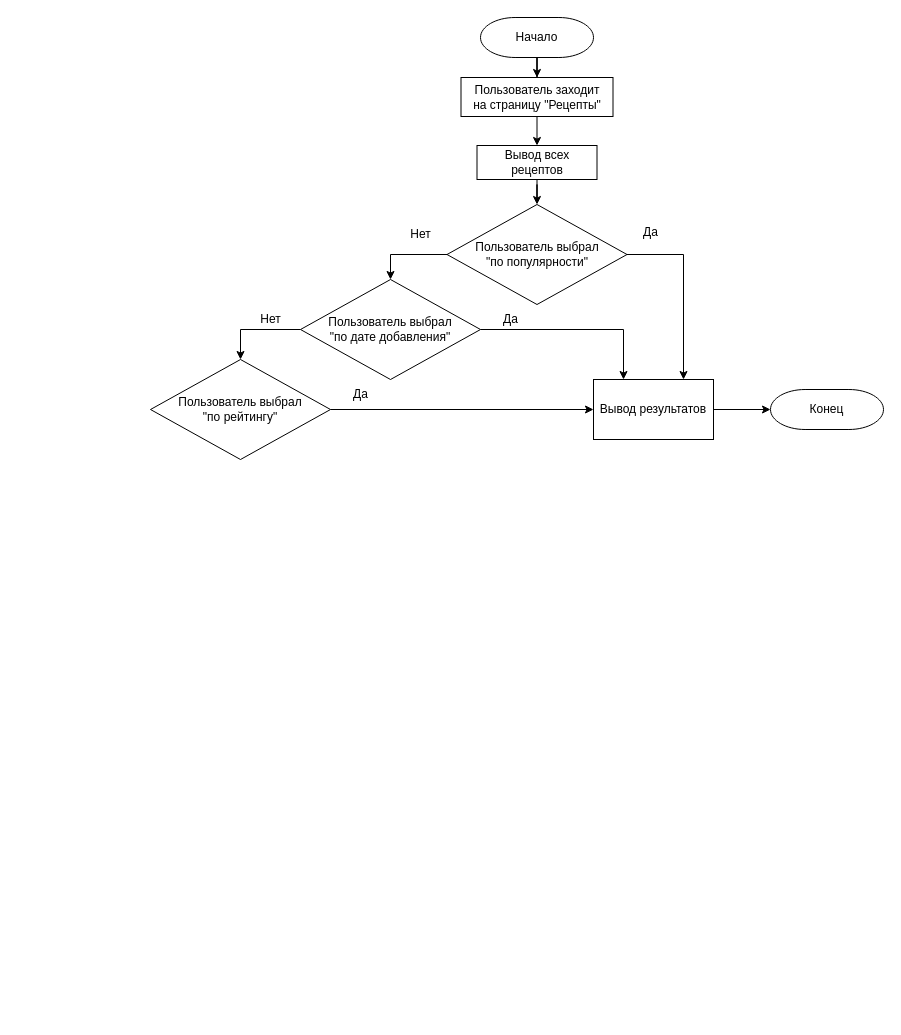
Discordiks/Pink_girls keeps this draw.io diagram as page "Base 1.2" (5 of 12) of img/Диаграмма без названия.drawio. Above is the earlier version. Source tidied: cells renumbered, new cells numbered last; positions are measured from the earlier drawing's top-left corner, leaving out a move shared by most shapes. Both pictures are drawn from the tidied source at 100%, with x=0, y=0 at pixel (150, 17).
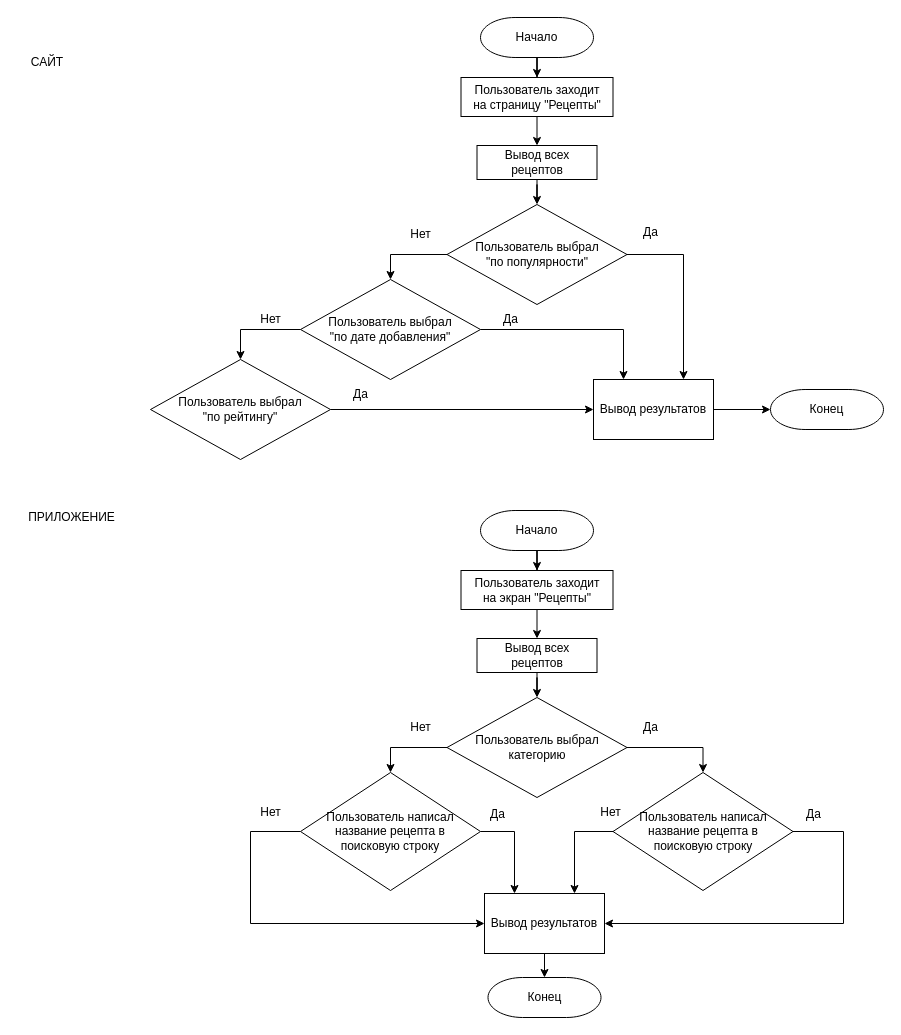
The same diagram, later.

What changed in the source:
```diff
@@
+    <mxCell id="24" value="САЙТ" style="text;html=1;align=center;verticalAlign=middle;whiteSpace=wrap;rounded=0;" parent="1" vertex="1">
+      <mxGeometry x="-133" y="30" width="60" height="30" as="geometry" />
+    </mxCell>
+    <mxCell id="25" value="ПРИЛОЖЕНИЕ" style="text;html=1;align=center;verticalAlign=middle;whiteSpace=wrap;rounded=0;" parent="1" vertex="1">
+      <mxGeometry x="-128" y="485" width="99" height="30" as="geometry" />
+    </mxCell>
+    <mxCell id="26" style="edgeStyle=orthogonalEdgeStyle;rounded=0;jettySize=auto;html=1;entryX=0.5;entryY=0;entryDx=0;entryDy=0;" parent="1" edge="1" source="27" target="29">
+      <mxGeometry relative="1" as="geometry" />
+    </mxCell>
+    <mxCell id="27" value="Начало" style="strokeWidth=1;html=1;shape=mxgraph.flowchart.terminator;whiteSpace=wrap;" parent="1" vertex="1">
+      <mxGeometry x="330" y="493" width="113" height="40" as="geometry" />
+    </mxCell>
+    <mxCell id="28" style="edgeStyle=orthogonalEdgeStyle;rounded=0;jettySize=auto;html=1;exitX=0.5;exitY=1;exitDx=0;exitDy=0;entryX=0.5;entryY=0;entryDx=0;entryDy=0;" parent="1" edge="1" source="29" target="31">
+      <mxGeometry relative="1" as="geometry" />
+    </mxCell>
+    <mxCell id="29" value="&lt;div&gt;Пользователь заходит&lt;/div&gt;&lt;div&gt;на экран &quot;Рецепты&quot;&lt;/div&gt;" style="rounded=0;whiteSpace=wrap;html=1;" parent="1" vertex="1">
+      <mxGeometry x="310.5" y="553" width="152" height="39" as="geometry" />
+    </mxCell>
+    <mxCell id="30" style="edgeStyle=orthogonalEdgeStyle;rounded=0;jettySize=auto;html=1;entryX=0.5;entryY=0;entryDx=0;entryDy=0;" parent="1" edge="1" source="31" target="34">
+      <mxGeometry relative="1" as="geometry" />
+    </mxCell>
+    <mxCell id="31" value="Вывод всех рецептов" style="rounded=0;whiteSpace=wrap;html=1;" parent="1" vertex="1">
+      <mxGeometry x="326.5" y="621" width="120" height="34" as="geometry" />
+    </mxCell>
+    <mxCell id="32" style="edgeStyle=orthogonalEdgeStyle;rounded=0;jettySize=auto;html=1;entryX=0.5;entryY=0;entryDx=0;entryDy=0;exitX=0;exitY=0.5;exitDx=0;exitDy=0;" parent="1" edge="1" source="34" target="37">
+      <mxGeometry relative="1" as="geometry" />
+    </mxCell>
+    <mxCell id="33" style="edgeStyle=orthogonalEdgeStyle;rounded=0;jettySize=auto;html=1;entryX=0.5;entryY=0;entryDx=0;entryDy=0;exitX=1;exitY=0.5;exitDx=0;exitDy=0;" parent="1" edge="1" source="34" target="46">
+      <mxGeometry relative="1" as="geometry" />
+    </mxCell>
+    <mxCell id="34" value="&lt;div&gt;Пользователь выбрал&lt;/div&gt;&lt;div&gt;категорию&lt;br&gt;&lt;/div&gt;" style="rhombus;whiteSpace=wrap;html=1;" parent="1" vertex="1">
+      <mxGeometry x="296.5" y="680" width="180" height="100" as="geometry" />
+    </mxCell>
+    <mxCell id="35" style="edgeStyle=orthogonalEdgeStyle;rounded=0;jettySize=auto;html=1;exitX=0;exitY=0.5;exitDx=0;exitDy=0;entryX=0;entryY=0.5;entryDx=0;entryDy=0;" parent="1" edge="1" source="37" target="38">
+      <mxGeometry relative="1" as="geometry">
+        <Array as="points">
+          <mxPoint x="100" y="814" />
+          <mxPoint x="100" y="906" />
+        </Array>
+      </mxGeometry>
+    </mxCell>
+    <mxCell id="36" style="edgeStyle=orthogonalEdgeStyle;rounded=0;jettySize=auto;html=1;exitX=1;exitY=0.5;exitDx=0;exitDy=0;entryX=0.25;entryY=0;entryDx=0;entryDy=0;" parent="1" edge="1" source="37" target="38">
+      <mxGeometry relative="1" as="geometry" />
+    </mxCell>
+    <mxCell id="37" value="&lt;div&gt;Пользователь написал&lt;/div&gt;&lt;div&gt;название рецепта в&lt;/div&gt;&lt;div&gt;поисковую строку&lt;br&gt;&lt;/div&gt;" style="rhombus;whiteSpace=wrap;html=1;" parent="1" vertex="1">
+      <mxGeometry x="150" y="755" width="180" height="118" as="geometry" />
+    </mxCell>
+    <mxCell id="38" value="Вывод результатов" style="rounded=0;whiteSpace=wrap;html=1;" parent="1" vertex="1">
+      <mxGeometry x="334" y="876" width="120" height="60" as="geometry" />
+    </mxCell>
+    <mxCell id="39" value="Нет" style="text;html=1;align=center;verticalAlign=middle;strokeColor=none;fillColor=none;" parent="1" vertex="1">
+      <mxGeometry x="250" y="695" width="40" height="30" as="geometry" />
+    </mxCell>
+    <mxCell id="40" value="Нет" style="text;html=1;align=center;verticalAlign=middle;strokeColor=none;fillColor=none;" parent="1" vertex="1">
+      <mxGeometry x="100" y="780" width="40" height="30" as="geometry" />
+    </mxCell>
+    <mxCell id="41" value="Конец" style="strokeWidth=1;html=1;shape=mxgraph.flowchart.terminator;whiteSpace=wrap;" parent="1" vertex="1">
+      <mxGeometry x="337.5" y="960" width="113" height="40" as="geometry" />
+    </mxCell>
+    <mxCell id="42" value="Да" style="text;html=1;align=center;verticalAlign=middle;strokeColor=none;fillColor=none;" parent="1" vertex="1">
+      <mxGeometry x="480" y="695" width="40" height="30" as="geometry" />
+    </mxCell>
+    <mxCell id="43" value="Да" style="text;html=1;align=center;verticalAlign=middle;strokeColor=none;fillColor=none;" parent="1" vertex="1">
+      <mxGeometry x="326.5" y="782" width="40" height="30" as="geometry" />
+    </mxCell>
+    <mxCell id="44" style="edgeStyle=orthogonalEdgeStyle;rounded=0;jettySize=auto;html=1;exitX=0;exitY=0.5;exitDx=0;exitDy=0;entryX=0.75;entryY=0;entryDx=0;entryDy=0;" parent="1" edge="1" source="46" target="38">
+      <mxGeometry relative="1" as="geometry" />
+    </mxCell>
+    <mxCell id="45" style="edgeStyle=orthogonalEdgeStyle;rounded=0;jettySize=auto;html=1;exitX=1;exitY=0.5;exitDx=0;exitDy=0;entryX=1;entryY=0.5;entryDx=0;entryDy=0;" parent="1" edge="1" source="46" target="38">
+      <mxGeometry relative="1" as="geometry">
+        <Array as="points">
+          <mxPoint x="693" y="814" />
+          <mxPoint x="693" y="906" />
+        </Array>
+      </mxGeometry>
+    </mxCell>
+    <mxCell id="46" value="&lt;div&gt;Пользователь написал&lt;/div&gt;&lt;div&gt;название рецепта в&lt;/div&gt;&lt;div&gt;поисковую строку&lt;br&gt;&lt;/div&gt;" style="rhombus;whiteSpace=wrap;html=1;" parent="1" vertex="1">
+      <mxGeometry x="462.5" y="755" width="180" height="118" as="geometry" />
+    </mxCell>
+    <mxCell id="47" style="edgeStyle=orthogonalEdgeStyle;rounded=0;jettySize=auto;html=1;exitX=0.5;exitY=1;exitDx=0;exitDy=0;entryX=0.5;entryY=0;entryDx=0;entryDy=0;entryPerimeter=0;" parent="1" edge="1" source="38" target="41">
+      <mxGeometry relative="1" as="geometry" />
+    </mxCell>
+    <mxCell id="48" value="Нет" style="text;html=1;align=center;verticalAlign=middle;strokeColor=none;fillColor=none;" parent="1" vertex="1">
+      <mxGeometry x="440" y="780" width="40" height="30" as="geometry" />
+    </mxCell>
+    <mxCell id="49" value="Да" style="text;html=1;align=center;verticalAlign=middle;strokeColor=none;fillColor=none;" parent="1" vertex="1">
+      <mxGeometry x="642.5" y="782" width="40" height="30" as="geometry" />
+    </mxCell>
```
